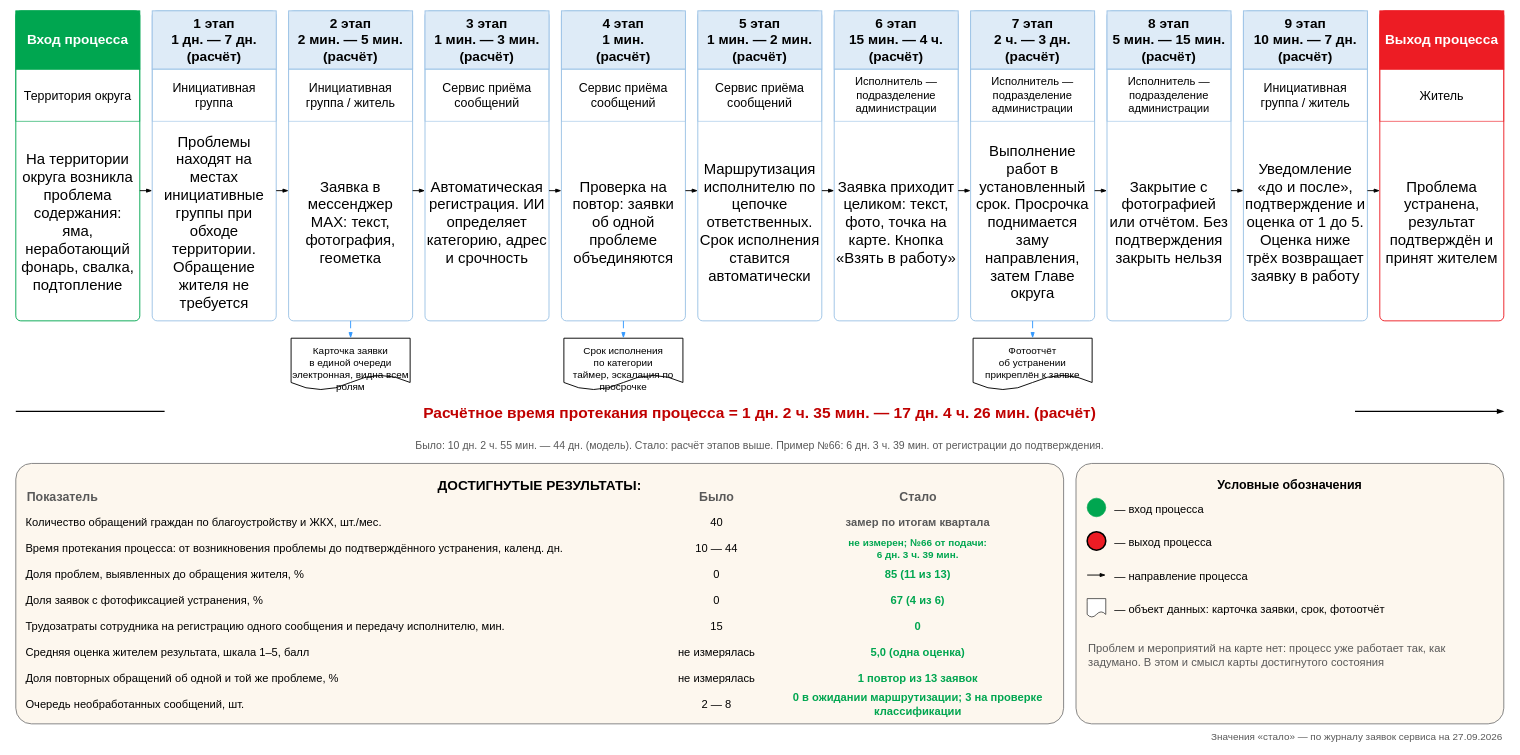
NiceGenn/Team-28-progress keeps this draw.io diagram as файлы/karta-dostignutogo.drawio. Above is the earlier version. Source tidied: cells renumbered, new cells numbered last; positions are measured from the earlier drawing's top-left corner, leaving out a move shared by most shapes. Both pictures are drawn from the tidied source at 62%, with x=0, y=0 at pixel (16, 11).
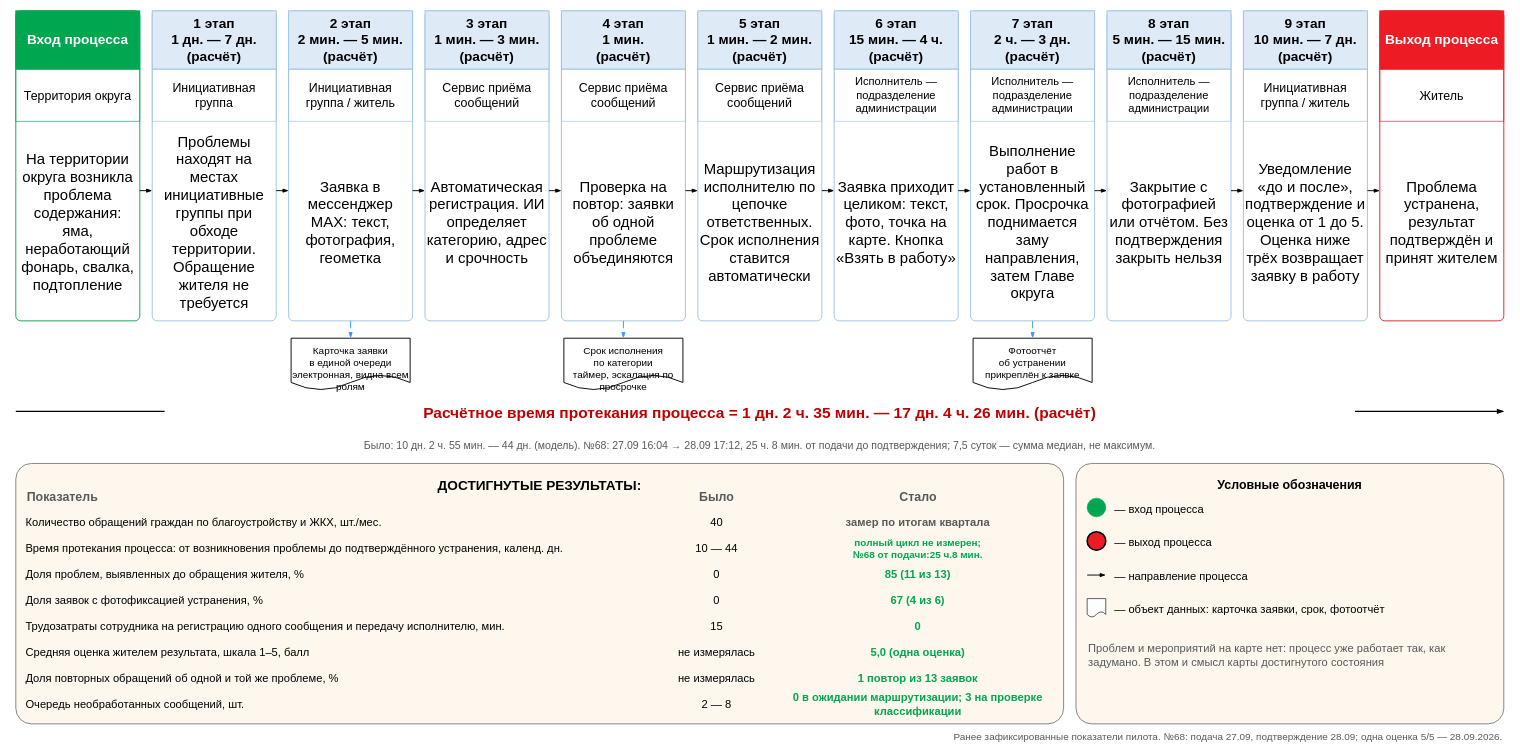
Above is the later version.

The change refers to these unchanged cells:
```xml
<mxCell id="65" value="ДОСТИГНУТЫЕ РЕЗУЛЬТАТЫ:" style="rounded=1;arcSize=6;whiteSpace=wrap;html=1;fillColor=#FDF7EE;strokeColor=#7F7F7F;strokeWidth=1.5;verticalAlign=top;align=center;fontSize=22;fontStyle=1;spacing=12;fontFamily=Liberation Sans;fontColor=#000000;spacingTop=6;" parent="1" vertex="1">
  <mxGeometry y="730" width="1690" height="420" as="geometry" />
</mxCell>
```

Diff of the diagram source:
```diff
@@
-    <mxCell id="64" value="Было: 10 дн. 2 ч. 55 мин. — 44 дн. (модель). Стало: расчёт этапов выше. Пример №66: 6 дн. 3 ч. 39 мин. от регистрации до подтверждения." style="text;html=1;align=center;verticalAlign=middle;whiteSpace=wrap;fontSize=17;fontColor=#595959;fontFamily=Liberation Sans;fillColor=none;strokeColor=none;" parent="1" vertex="1">
+    <mxCell id="64" value="Было: 10 дн. 2 ч. 55 мин. — 44 дн. (модель). №68: 27.09 16:04 → 28.09 17:12, 25 ч. 8 мин. от подачи до подтверждения; 7,5 суток — сумма медиан, не максимум." style="text;html=1;align=center;verticalAlign=middle;whiteSpace=wrap;fontSize=17;fontColor=#595959;fontFamily=Liberation Sans;fillColor=none;strokeColor=none;" parent="1" vertex="1">
       <mxGeometry x="20" y="680" width="2360" height="44" as="geometry" />
     </mxCell>
@@
-    <mxCell id="74" value="не измерен; №66 от подачи:&lt;br&gt;6 дн. 3 ч. 39 мин." style="text;html=1;align=center;verticalAlign=middle;whiteSpace=wrap;fontSize=16;fontStyle=1;fontColor=#00A650;fontFamily=Liberation Sans;fillColor=none;strokeColor=none;spacing=0;" parent="65" vertex="1">
+    <mxCell id="74" value="полный цикл не измерен;&lt;br&gt;№68 от подачи:25 ч.8 мин." style="text;html=1;align=center;verticalAlign=middle;whiteSpace=wrap;fontSize=16;fontStyle=1;fontColor=#00A650;fontFamily=Liberation Sans;fillColor=none;strokeColor=none;spacing=0;" parent="65" vertex="1">
       <mxGeometry x="1240" y="116" width="430" height="42" as="geometry" />
     </mxCell>
@@
-    <mxCell id="103" value="Значения «стало» — по журналу заявок сервиса на 27.09.2026" style="text;html=1;align=right;verticalAlign=middle;whiteSpace=wrap;fontSize=16;fontColor=#595959;fontFamily=Liberation Sans;fillColor=none;strokeColor=none;" parent="1" vertex="1">
+    <mxCell id="103" value="Ранее зафиксированные показатели пилота. №68: подача 27.09, подтверждение 28.09; одна оценка 5/5 — 28.09.2026." style="text;html=1;align=right;verticalAlign=middle;whiteSpace=wrap;fontSize=16;fontColor=#595959;fontFamily=Liberation Sans;fillColor=none;strokeColor=none;" parent="1" vertex="1">
       <mxGeometry y="1158" width="2400" height="25" as="geometry" />
     </mxCell>
```
